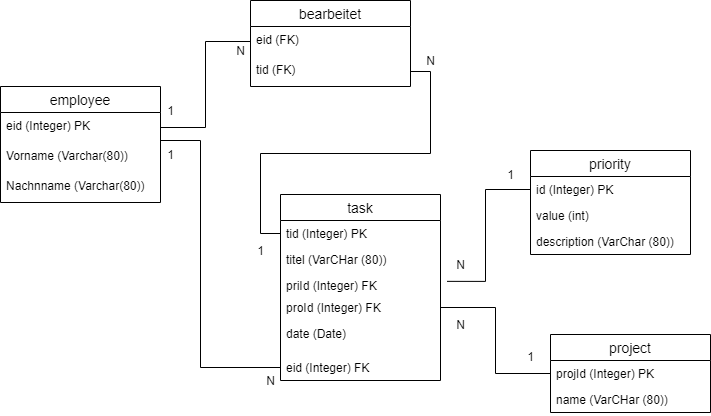
jtuttas/FIAE_LF9 keeps this draw.io diagram as Doku/Relationsschemata.png. Above is the earlier version. Source tidied: cells renumbered, new cells last; positions are measured from the earlier drawing's top-left corner, leaving out a move shared by most shapes.
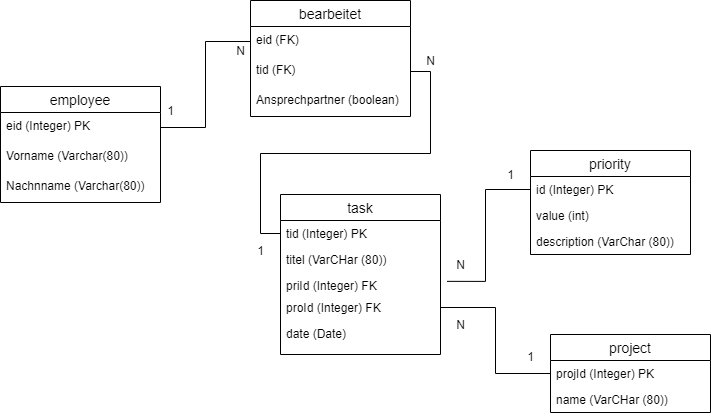
Above is the later version.

Change to the diagram source:
```diff
@@ -27,7 +27,7 @@
       <mxGeometry x="450" y="254" width="20" height="20" as="geometry" />
     </mxCell>
     <mxCell id="10" value="task" style="swimlane;fontStyle=0;horizontal=1;startSize=26;align=center;fontSize=14;" parent="1" vertex="1">
-      <mxGeometry x="280" y="194" width="160" height="186" as="geometry" />
+      <mxGeometry x="280" y="194" width="160" height="160" as="geometry" />
     </mxCell>
     <mxCell id="11" value="tid (Integer) PK" style="text;strokeColor=none;fillColor=none;spacingLeft=4;spacingRight=4;overflow=hidden;points=[[0,0.5],[1,0.5]];portConstraint=eastwest;fontSize=12;" parent="10" vertex="1">
       <mxGeometry y="26" width="160" height="26" as="geometry" />
@@ -38,9 +38,6 @@
     <mxCell id="13" value="priId (Integer) FK" style="text;strokeColor=none;fillColor=none;spacingLeft=4;spacingRight=4;overflow=hidden;points=[[0,0.5],[1,0.5]];portConstraint=eastwest;fontSize=12;" parent="10" vertex="1">
       <mxGeometry y="78" width="160" height="82" as="geometry" />
     </mxCell>
-    <mxCell id="14" value="eid (Integer) FK" style="text;strokeColor=none;fillColor=none;spacingLeft=4;spacingRight=4;overflow=hidden;points=[[0,0.5],[1,0.5]];portConstraint=eastwest;fontSize=12;" parent="10" vertex="1">
-      <mxGeometry y="160" width="160" height="26" as="geometry" />
-    </mxCell>
     <mxCell id="15" value="project" style="swimlane;fontStyle=0;horizontal=1;startSize=26;align=center;fontSize=14;" parent="1" vertex="1">
       <mxGeometry x="550" y="334" width="160" height="78" as="geometry" />
     </mxCell>
@@ -66,7 +63,7 @@
       <mxGeometry relative="1" as="geometry" />
     </mxCell>
     <mxCell id="23" value="bearbeitet" style="swimlane;fontStyle=0;horizontal=1;startSize=26;align=center;fontSize=14;" parent="1" vertex="1">
-      <mxGeometry x="250" width="160" height="86" as="geometry" />
+      <mxGeometry x="250" width="160" height="116" as="geometry" />
     </mxCell>
     <mxCell id="24" value="eid (FK)" style="text;strokeColor=none;fillColor=none;spacingLeft=4;spacingRight=4;overflow=hidden;points=[[0,0.5],[1,0.5]];portConstraint=eastwest;fontSize=12;" parent="23" vertex="1">
       <mxGeometry y="26" width="160" height="30" as="geometry" />
@@ -74,6 +71,9 @@
     <mxCell id="25" value="tid (FK)" style="text;strokeColor=none;fillColor=none;spacingLeft=4;spacingRight=4;overflow=hidden;points=[[0,0.5],[1,0.5]];portConstraint=eastwest;fontSize=12;" parent="23" vertex="1">
       <mxGeometry y="56" width="160" height="30" as="geometry" />
     </mxCell>
+    <mxCell id="38" value="Ansprechpartner (boolean)" style="text;strokeColor=none;fillColor=none;spacingLeft=4;spacingRight=4;overflow=hidden;fontSize=12;" parent="23" vertex="1">
+      <mxGeometry y="86" width="160" height="30" as="geometry" />
+    </mxCell>
     <mxCell id="26" style="edgeStyle=orthogonalEdgeStyle;rounded=0;jettySize=auto;html=1;entryX=0;entryY=0.5;entryDx=0;entryDy=0;endArrow=none;endFill=0;" parent="1" edge="1" source="25" target="11">
       <mxGeometry relative="1" as="geometry" />
     </mxCell>
@@ -89,26 +89,12 @@
     <mxCell id="30" value="Nachnname (Varchar(80))" style="text;strokeColor=none;fillColor=none;spacingLeft=4;spacingRight=4;overflow=hidden;fontSize=12;" parent="27" vertex="1">
       <mxGeometry y="86" width="160" height="30" as="geometry" />
     </mxCell>
-    <mxCell id="31" style="edgeStyle=orthogonalEdgeStyle;rounded=0;jettySize=auto;html=1;entryX=0;entryY=0.5;entryDx=0;entryDy=0;endArrow=none;endFill=0;" parent="1" edge="1" source="28" target="14">
-      <mxGeometry relative="1" as="geometry">
-        <Array as="points">
-          <mxPoint x="200" y="140" />
-          <mxPoint x="200" y="367" />
-        </Array>
-      </mxGeometry>
-    </mxCell>
     <mxCell id="32" value="1" style="text;html=1;align=center;verticalAlign=middle;fillColor=none;strokeColor=none;rounded=0;" parent="1" vertex="1">
       <mxGeometry x="160" y="100" width="20" height="20" as="geometry" />
     </mxCell>
-    <mxCell id="33" value="1" style="text;html=1;align=center;verticalAlign=middle;fillColor=none;strokeColor=none;rounded=0;" parent="1" vertex="1">
-      <mxGeometry x="160" y="144" width="20" height="20" as="geometry" />
-    </mxCell>
     <mxCell id="34" value="N" style="text;html=1;align=center;verticalAlign=middle;" parent="1" vertex="1">
       <mxGeometry x="230" y="40" width="20" height="20" as="geometry" />
     </mxCell>
-    <mxCell id="35" value="N" style="text;html=1;align=center;verticalAlign=middle;" parent="1" vertex="1">
-      <mxGeometry x="260" y="370" width="20" height="20" as="geometry" />
-    </mxCell>
     <mxCell id="36" value="N" style="text;html=1;align=center;verticalAlign=middle;" parent="1" vertex="1">
       <mxGeometry x="420" y="50" width="20" height="20" as="geometry" />
     </mxCell>
```
